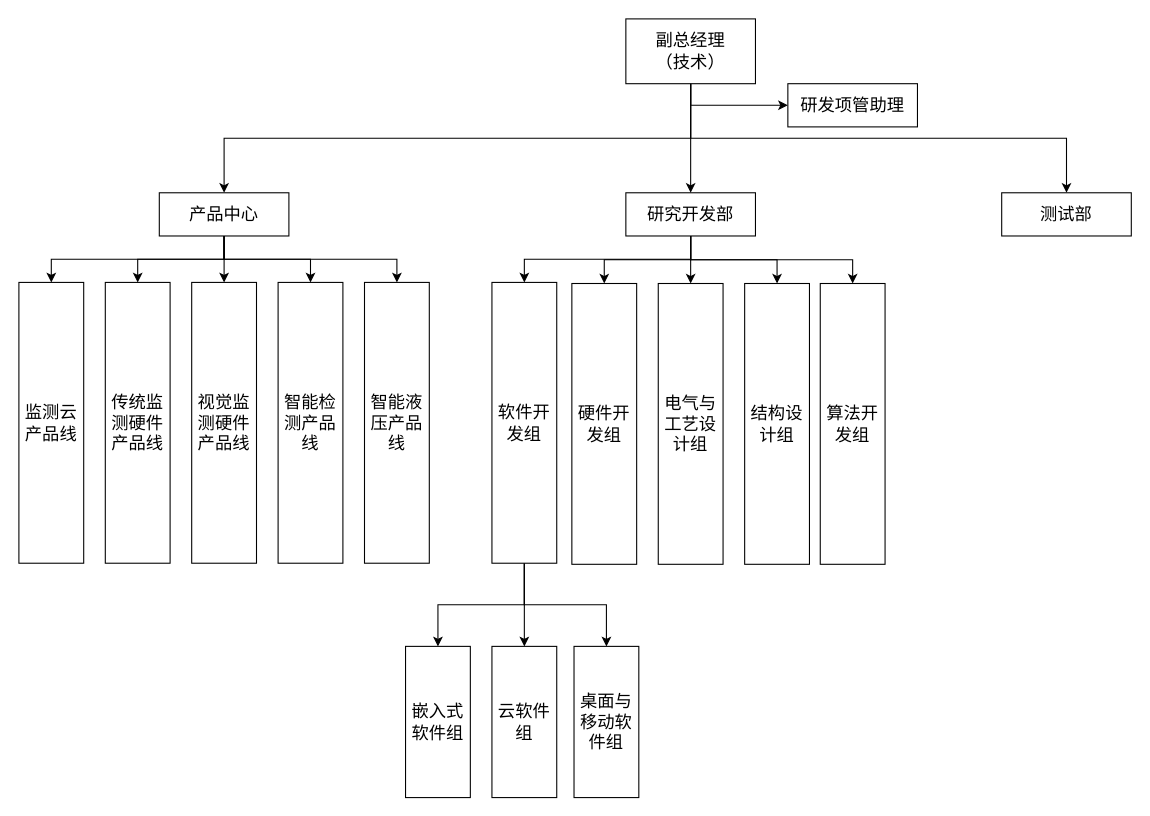
Earlier version of the draw.io diagram rd_department_arch.drawio (xuhui-toehold/drawings). Source tidied: cells renumbered, new cells numbered last; positions are measured from the earlier drawing's top-left corner, leaving out a move shared by most shapes. Both pictures are drawn from the tidied source at 108%, with x=0, y=0 at pixel (18, 18).
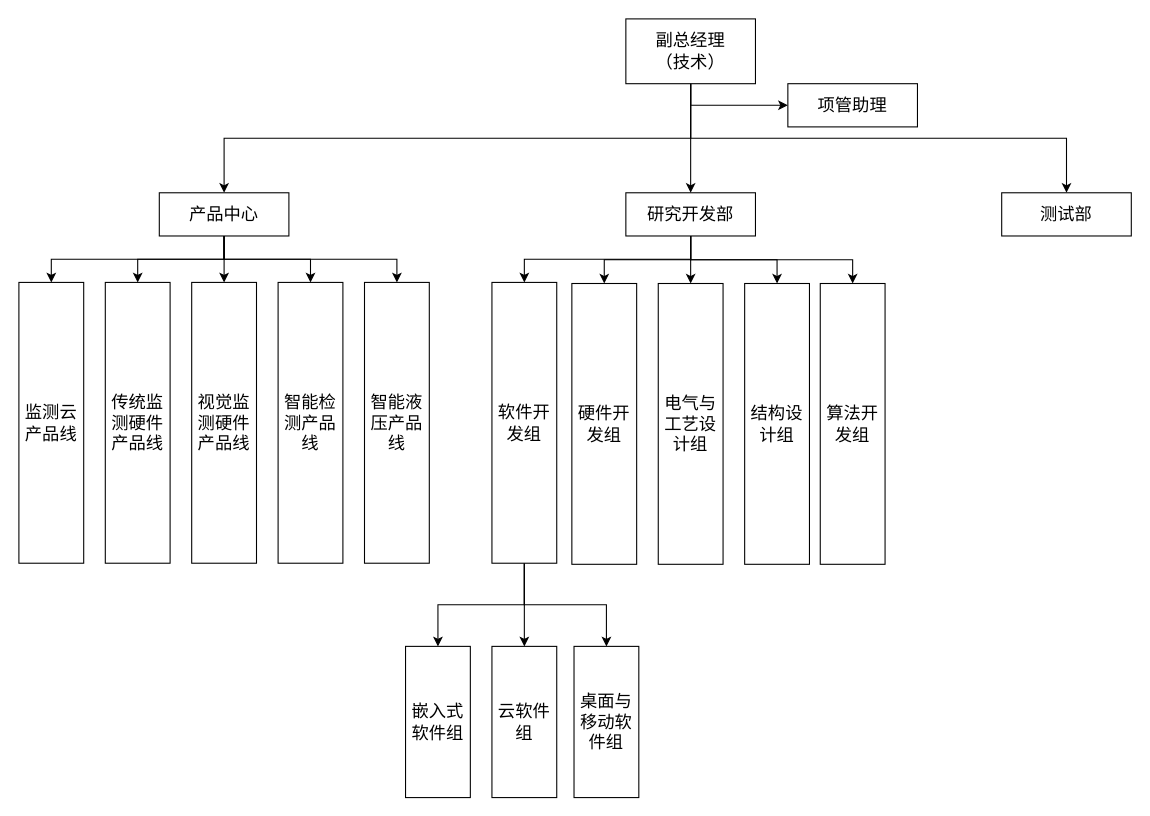
Above is the later version.

Change to the diagram source:
```diff
@@
-    <mxCell id="36" value="研发项管助理" style="rounded=0;whiteSpace=wrap;html=1;fontSize=16;" parent="1" vertex="1">
+    <mxCell id="36" value="项管助理" style="rounded=0;whiteSpace=wrap;html=1;fontSize=16;" parent="1" vertex="1">
       <mxGeometry x="712" y="60" width="120" height="40" as="geometry" />
     </mxCell>
```
